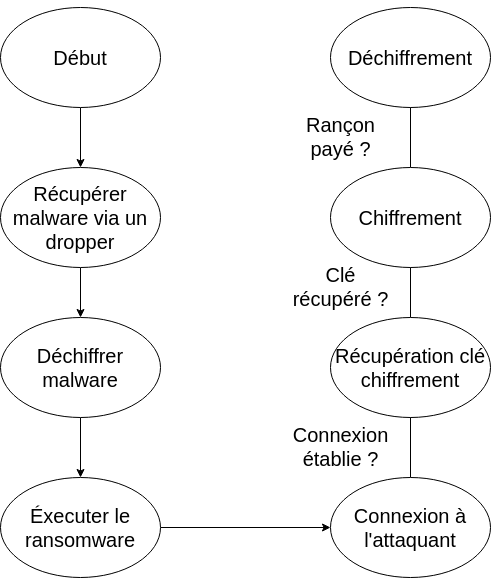
Before: architecture/state_diagram_ransomware.png, a diagram exported from draw.io (leJBP/adaptative-ransomware). Source tidied: cells renumbered, new cells last; positions are measured from the earlier drawing's top-left corner, leaving out a move shared by most shapes.
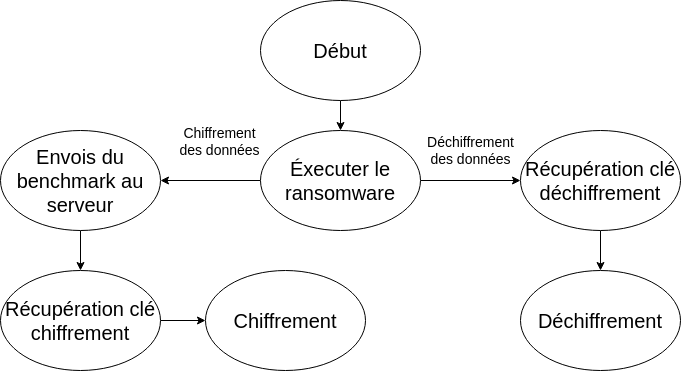
The same diagram one commit later.

Change to the diagram source:
```diff
@@ -2,50 +2,49 @@
   <root>
     <mxCell id="0" />
     <mxCell id="1" parent="0" />
-    <mxCell id="2" style="edgeStyle=none;html=1;entryX=0.5;entryY=0;entryDx=0;entryDy=0;" parent="1" edge="1" source="3" target="12">
+    <mxCell id="2" style="edgeStyle=none;html=1;entryX=0.5;entryY=0;entryDx=0;entryDy=0;" parent="1" edge="1" source="3" target="16">
       <mxGeometry relative="1" as="geometry" />
     </mxCell>
     <mxCell id="3" value="&lt;font style=&quot;font-size: 20px;&quot;&gt;Début&lt;/font&gt;" style="ellipse;whiteSpace=wrap;html=1;" parent="1" vertex="1">
       <mxGeometry width="160" height="100" as="geometry" />
     </mxCell>
-    <mxCell id="4" value="Connexion&lt;br&gt;établie ?" style="edgeStyle=none;html=1;entryX=0.5;entryY=0;entryDx=0;entryDy=0;fontSize=20;" parent="1" edge="1" source="5" target="7">
-      <mxGeometry x="-0.62" y="70" relative="1" as="geometry" />
-    </mxCell>
-    <mxCell id="5" value="&lt;font style=&quot;font-size: 20px;&quot;&gt;Connexion à&lt;br&gt;l'attaquant&lt;br&gt;&lt;/font&gt;" style="ellipse;whiteSpace=wrap;html=1;" parent="1" vertex="1">
-      <mxGeometry x="330" y="470" width="160" height="100" as="geometry" />
-    </mxCell>
-    <mxCell id="6" value="Clé&lt;br&gt;récupéré ?" style="edgeStyle=none;html=1;entryX=0.5;entryY=0;entryDx=0;entryDy=0;fontSize=20;" parent="1" edge="1" source="7" target="9">
-      <mxGeometry x="-0.6" y="70" relative="1" as="geometry" />
-    </mxCell>
+    <mxCell id="17" style="edgeStyle=none;html=1;entryX=0.5;entryY=0;entryDx=0;entryDy=0;" parent="1" edge="1" source="7" target="10">
+      <mxGeometry relative="1" as="geometry" />
+    </mxCell>
-    <mxCell id="7" value="&lt;font style=&quot;font-size: 20px;&quot;&gt;Récupération clé&lt;br&gt;chiffrement&lt;br&gt;&lt;/font&gt;" style="ellipse;whiteSpace=wrap;html=1;" parent="1" vertex="1">
-      <mxGeometry x="330" y="310" width="160" height="100" as="geometry" />
+    <mxCell id="7" value="&lt;font style=&quot;font-size: 20px;&quot;&gt;Récupération clé&lt;br&gt;déchiffrement&lt;br&gt;&lt;/font&gt;" style="ellipse;whiteSpace=wrap;html=1;" parent="1" vertex="1">
+      <mxGeometry x="260" y="130" width="160" height="100" as="geometry" />
     </mxCell>
-    <mxCell id="8" value="Rançon&lt;br&gt;payé ?" style="edgeStyle=none;html=1;entryX=0.5;entryY=0;entryDx=0;entryDy=0;fontSize=20;" parent="1" edge="1" source="9" target="10">
-      <mxGeometry x="-0.62" y="70" relative="1" as="geometry" />
-    </mxCell>
+    <mxCell id="18" style="edgeStyle=none;html=1;entryX=0;entryY=0.5;entryDx=0;entryDy=0;fontSize=14;" parent="1" edge="1" source="9" target="23">
+      <mxGeometry relative="1" as="geometry" />
+    </mxCell>
-    <mxCell id="9" value="&lt;font style=&quot;font-size: 20px;&quot;&gt;Chiffrement&lt;br&gt;&lt;/font&gt;" style="ellipse;whiteSpace=wrap;html=1;" parent="1" vertex="1">
-      <mxGeometry x="330" y="160" width="160" height="100" as="geometry" />
+    <mxCell id="9" value="&lt;font style=&quot;font-size: 20px;&quot;&gt;Récupération clé&lt;br style=&quot;border-color: var(--border-color);&quot;&gt;chiffrement&lt;br&gt;&lt;/font&gt;" style="ellipse;whiteSpace=wrap;html=1;" parent="1" vertex="1">
+      <mxGeometry x="-260" y="270" width="160" height="100" as="geometry" />
     </mxCell>
     <mxCell id="10" value="&lt;font style=&quot;font-size: 20px;&quot;&gt;Déchiffrement&lt;br&gt;&lt;/font&gt;" style="ellipse;whiteSpace=wrap;html=1;" parent="1" vertex="1">
-      <mxGeometry x="330" width="160" height="100" as="geometry" />
+      <mxGeometry x="260" y="270" width="160" height="100" as="geometry" />
     </mxCell>
-    <mxCell id="11" style="edgeStyle=none;html=1;entryX=0.5;entryY=0;entryDx=0;entryDy=0;" parent="1" edge="1" source="12" target="14">
-      <mxGeometry relative="1" as="geometry" />
-    </mxCell>
-    <mxCell id="12" value="&lt;font style=&quot;font-size: 20px;&quot;&gt;Récupérer malware via un dropper&lt;/font&gt;" style="ellipse;whiteSpace=wrap;html=1;" parent="1" vertex="1">
-      <mxGeometry y="160" width="160" height="100" as="geometry" />
-    </mxCell>
-    <mxCell id="13" style="edgeStyle=none;html=1;entryX=0.5;entryY=0;entryDx=0;entryDy=0;" parent="1" edge="1" source="14" target="16">
-      <mxGeometry relative="1" as="geometry" />
-    </mxCell>
-    <mxCell id="14" value="&lt;font style=&quot;font-size: 20px;&quot;&gt;Déchiffrer malware&lt;/font&gt;" style="ellipse;whiteSpace=wrap;html=1;" parent="1" vertex="1">
-      <mxGeometry y="310" width="160" height="100" as="geometry" />
-    </mxCell>
+    <mxCell id="19" value="&lt;font style=&quot;font-size: 14px;&quot;&gt;Déchiffrement &lt;br&gt;des données&lt;/font&gt;" style="edgeStyle=none;html=1;entryX=0;entryY=0.5;entryDx=0;entryDy=0;" parent="1" edge="1" source="16" target="7">
+      <mxGeometry y="30" relative="1" as="geometry" />
+    </mxCell>
+    <mxCell id="20" style="edgeStyle=none;html=1;" parent="1" edge="1" source="16" target="15">
+      <mxGeometry relative="1" as="geometry" />
+    </mxCell>
+    <mxCell id="21" value="Chiffrement&lt;br style=&quot;border-color: var(--border-color);&quot;&gt;des données" style="edgeLabel;html=1;align=center;verticalAlign=middle;fontSize=14;" parent="20" vertex="1">
+      <mxGeometry x="-0.42" relative="1" as="geometry">
+        <mxPoint x="-13" y="-40" as="offset" />
+      </mxGeometry>
+    </mxCell>
+    <mxCell id="16" value="&lt;font style=&quot;font-size: 20px;&quot;&gt;Éxecuter le&lt;br&gt;ransomware&lt;br&gt;&lt;/font&gt;" style="ellipse;whiteSpace=wrap;html=1;" parent="1" vertex="1">
+      <mxGeometry y="130" width="160" height="100" as="geometry" />
+    </mxCell>
+    <mxCell id="22" style="edgeStyle=none;html=1;entryX=0.5;entryY=0;entryDx=0;entryDy=0;" parent="1" edge="1" source="15" target="9">
+      <mxGeometry relative="1" as="geometry" />
+    </mxCell>
-    <mxCell id="15" style="edgeStyle=none;html=1;entryX=0;entryY=0.5;entryDx=0;entryDy=0;" parent="1" edge="1" source="16" target="5">
-      <mxGeometry relative="1" as="geometry" />
+    <mxCell id="15" value="&lt;font style=&quot;font-size: 20px;&quot;&gt;Envois du benchmark au serveur&lt;br&gt;&lt;/font&gt;" style="ellipse;whiteSpace=wrap;html=1;" parent="1" vertex="1">
+      <mxGeometry x="-260" y="130" width="160" height="100" as="geometry" />
     </mxCell>
-    <mxCell id="16" value="&lt;font style=&quot;font-size: 20px;&quot;&gt;Éxecuter le&lt;br&gt;ransomware&lt;br&gt;&lt;/font&gt;" style="ellipse;whiteSpace=wrap;html=1;" parent="1" vertex="1">
-      <mxGeometry y="470" width="160" height="100" as="geometry" />
-    </mxCell>
+    <mxCell id="23" value="&lt;font style=&quot;font-size: 20px;&quot;&gt;Chiffrement&lt;br&gt;&lt;/font&gt;" style="ellipse;whiteSpace=wrap;html=1;" parent="1" vertex="1">
+      <mxGeometry x="-55" y="270" width="160" height="100" as="geometry" />
+    </mxCell>
   </root>
 </mxGraphModel>
```
